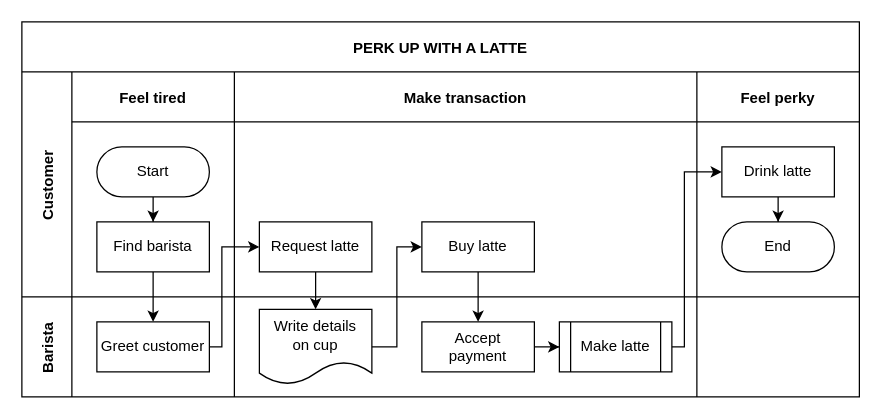
Above: Diagrama sem nome.drawio in SabrinaRLima0/math-concepts (draw.io), before the change. Source tidied: cells renumbered, new cells numbered last; positions are measured from the earlier drawing's top-left corner, leaving out a move shared by most shapes. Both pictures are drawn from the tidied source at 125%, with x=0, y=0 at pixel (21, 21).
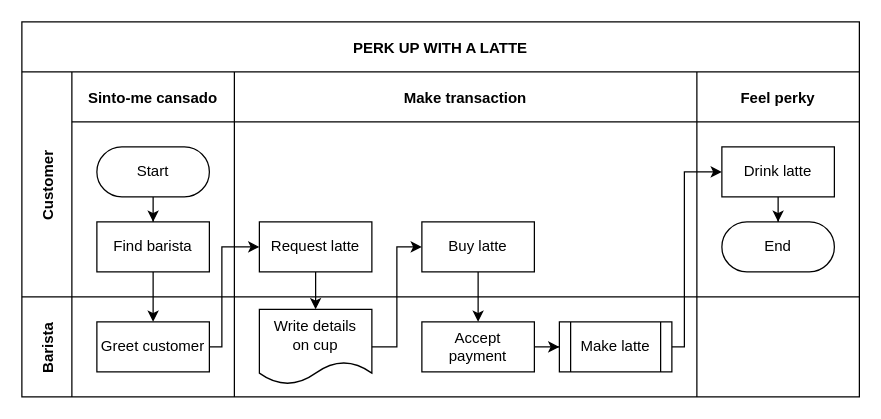
The same page after the edit.

Unchanged cells that the change refers to:
```xml
<mxCell id="4" value="Customer" style="shape=tableRow;horizontal=0;swimlaneHead=0;swimlaneBody=0;top=0;left=0;bottom=0;right=0;fillColor=none;startSize=40;fontStyle=1;" parent="2" vertex="1">
  <mxGeometry y="40" width="670" height="180" as="geometry" />
</mxCell>
```

Diff of the diagram source:
```diff
@@
-    <mxCell id="5" value="Feel tired" style="swimlane;swimlaneHead=0;swimlaneBody=0;fillColor=none;startSize=40;fontStyle=1;" parent="4" vertex="1">
+    <mxCell id="5" value="Sinto-me cansado" style="swimlane;swimlaneHead=0;swimlaneBody=0;fillColor=none;startSize=40;fontStyle=1;" parent="4" vertex="1">
       <mxGeometry x="40" width="130" height="180" as="geometry" />
     </mxCell>
```
